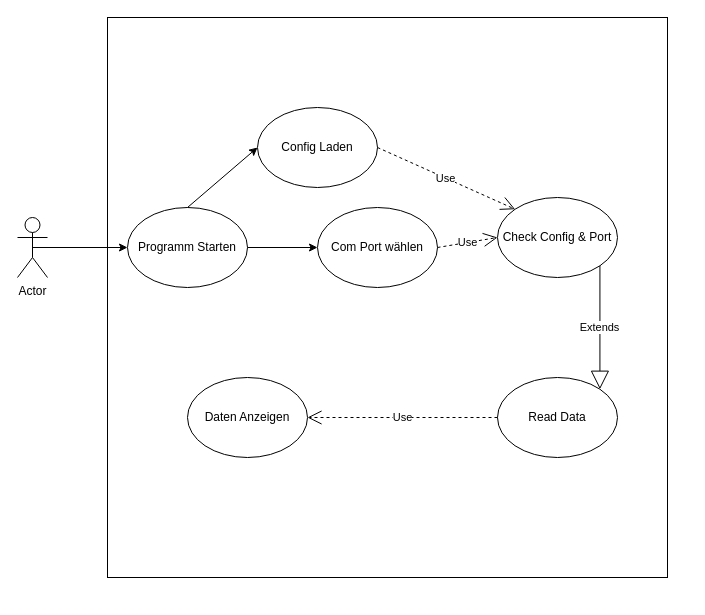
Before: Use-Case Diagram.drawio in AlexanderHulbe/ModbusRTU_Viewer, a draw.io diagram. Source tidied: cells renumbered, new cells numbered last; positions are measured from the earlier drawing's top-left corner, leaving out a move shared by most shapes. Both pictures are drawn from the tidied source at 100%, with x=0, y=0 at pixel (17, 17).
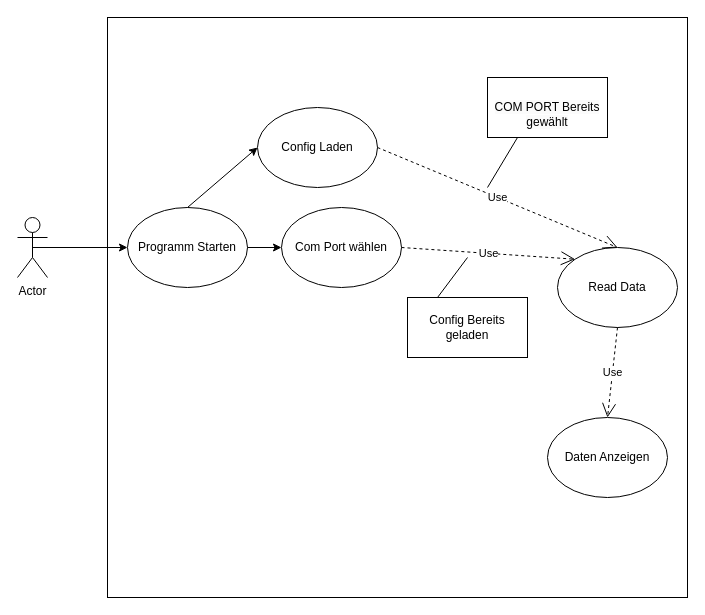
Above is the later version.

Unchanged cells that the change refers to:
```xml
<mxCell id="6" value="Config Laden" style="ellipse;whiteSpace=wrap;html=1;fillColor=none;" parent="1" vertex="1">
  <mxGeometry x="240" y="90" width="120" height="80" as="geometry" />
</mxCell>
```

Diff of the diagram source:
```diff
@@
     <mxCell id="4" style="whiteSpace=wrap;html=1;fillColor=none;" parent="1" vertex="1">
-      <mxGeometry x="90" width="560" height="560" as="geometry" />
+      <mxGeometry x="90" width="580" height="580" as="geometry" />
     </mxCell>
@@
     <mxCell id="7" value="Com Port wählen" style="ellipse;whiteSpace=wrap;html=1;fillColor=none;" parent="1" vertex="1">
-      <mxGeometry x="300" y="190" width="120" height="80" as="geometry" />
+      <mxGeometry x="264" y="190" width="120" height="80" as="geometry" />
     </mxCell>
     <mxCell id="8" value="Read Data" style="ellipse;whiteSpace=wrap;html=1;fillColor=none;" parent="1" vertex="1">
-      <mxGeometry x="480" y="360" width="120" height="80" as="geometry" />
+      <mxGeometry x="540" y="230" width="120" height="80" as="geometry" />
     </mxCell>
     <mxCell id="9" value="Daten Anzeigen" style="ellipse;whiteSpace=wrap;html=1;fillColor=none;" parent="1" vertex="1">
-      <mxGeometry x="170" y="360" width="120" height="80" as="geometry" />
+      <mxGeometry x="530" y="400" width="120" height="80" as="geometry" />
     </mxCell>
-    <mxCell id="10" value="Use" style="endArrow=open;endSize=12;dashed=1;html=1;rounded=0;exitX=0;exitY=0.5;exitDx=0;exitDy=0;entryX=1;entryY=0.5;entryDx=0;entryDy=0;" parent="1" edge="1" source="8" target="9">
+    <mxCell id="10" value="Use" style="endArrow=open;endSize=12;dashed=1;html=1;rounded=0;exitX=0.5;exitY=1;exitDx=0;exitDy=0;entryX=0.5;entryY=0;entryDx=0;entryDy=0;" parent="1" edge="1" source="8" target="9">
       <mxGeometry relative="1" as="geometry" />
     </mxCell>
@@
-    <mxCell id="13" value="Check Config &amp;amp; Port" style="ellipse;whiteSpace=wrap;html=1;fillColor=none;" parent="1" vertex="1">
-      <mxGeometry x="480" y="180" width="120" height="80" as="geometry" />
-    </mxCell>
-    <mxCell id="14" value="Use" style="endArrow=open;endSize=12;dashed=1;html=1;rounded=0;exitX=1;exitY=0.5;exitDx=0;exitDy=0;entryX=0;entryY=0;entryDx=0;entryDy=0;" parent="1" edge="1" source="6" target="13">
+    <mxCell id="14" value="Use" style="endArrow=open;endSize=12;dashed=1;html=1;rounded=0;exitX=1;exitY=0.5;exitDx=0;exitDy=0;entryX=0.5;entryY=0;entryDx=0;entryDy=0;" parent="1" edge="1" source="6" target="8">
       <mxGeometry relative="1" as="geometry" />
     </mxCell>
-    <mxCell id="15" value="Use" style="endArrow=open;endSize=12;dashed=1;html=1;rounded=0;exitX=1;exitY=0.5;exitDx=0;exitDy=0;entryX=0;entryY=0.5;entryDx=0;entryDy=0;" parent="1" edge="1" source="7" target="13">
+    <mxCell id="15" value="Use" style="endArrow=open;endSize=12;dashed=1;html=1;rounded=0;exitX=1;exitY=0.5;exitDx=0;exitDy=0;entryX=0;entryY=0;entryDx=0;entryDy=0;" parent="1" edge="1" source="7" target="8">
       <mxGeometry relative="1" as="geometry" />
     </mxCell>
-    <mxCell id="16" value="Extends" style="endArrow=block;endSize=16;endFill=0;html=1;rounded=0;exitX=1;exitY=1;exitDx=0;exitDy=0;entryX=1;entryY=0;entryDx=0;entryDy=0;" parent="1" edge="1" source="13" target="8">
-      <mxGeometry relative="1" as="geometry" />
-    </mxCell>
+    <mxCell id="17" value="&lt;span style=&quot;color: rgb(0, 0, 0); font-family: Helvetica; font-size: 12px; font-style: normal; font-variant-ligatures: normal; font-variant-caps: normal; font-weight: 400; letter-spacing: normal; orphans: 2; text-align: center; text-indent: 0px; text-transform: none; widows: 2; word-spacing: 0px; -webkit-text-stroke-width: 0px; background-color: rgb(251, 251, 251); text-decoration-thickness: initial; text-decoration-style: initial; text-decoration-color: initial; float: none; display: inline !important;&quot;&gt;&lt;br&gt;COM PORT Bereits gewählt&lt;/span&gt;&lt;br&gt;" style="whiteSpace=wrap;html=1;" parent="1" vertex="1">
+      <mxGeometry x="470" y="60" width="120" height="60" as="geometry" />
+    </mxCell>
+    <mxCell id="18" style="endArrow=none;html=1;rounded=0;entryX=0.25;entryY=1;entryDx=0;entryDy=0;" parent="1" edge="1" target="17">
+      <mxGeometry relative="1" as="geometry">
+        <mxPoint x="470" y="170" as="sourcePoint" />
+      </mxGeometry>
+    </mxCell>
+    <mxCell id="19" value="Config Bereits geladen" style="whiteSpace=wrap;html=1;" parent="1" vertex="1">
+      <mxGeometry x="390" y="280" width="120" height="60" as="geometry" />
+    </mxCell>
+    <mxCell id="20" style="endArrow=none;html=1;rounded=0;exitX=0.25;exitY=0;exitDx=0;exitDy=0;" parent="1" edge="1" source="19">
+      <mxGeometry relative="1" as="geometry">
+        <mxPoint x="450" y="240" as="targetPoint" />
+      </mxGeometry>
+    </mxCell>
```
